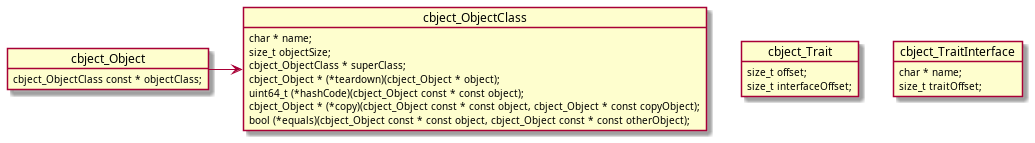
alexmarincu/Cbject keeps this PlantUML diagram as docs/media/diag-building-blocks.png. Above is the earlier version.
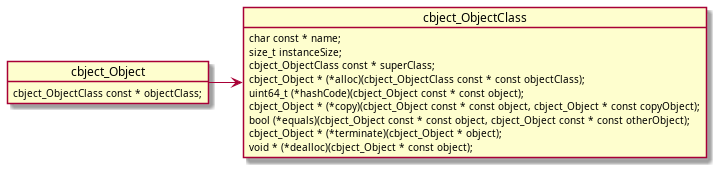
After the commit.

What changed in the source:
```diff
@@ -3,21 +3,15 @@
     cbject_ObjectClass const * objectClass;
 }
 object cbject_ObjectClass {
-    char * name;
-    size_t objectSize;
-    cbject_ObjectClass * superClass;
-    cbject_Object * (*teardown)(cbject_Object * object);
+    char const * name;
+    size_t instanceSize;
+    cbject_ObjectClass const * superClass;
+    cbject_Object * (*alloc)(cbject_ObjectClass const * const objectClass);
     uint64_t (*hashCode)(cbject_Object const * const object);
     cbject_Object * (*copy)(cbject_Object const * const object, cbject_Object * const copyObject);
     bool (*equals)(cbject_Object const * const object, cbject_Object const * const otherObject);
-}
-object cbject_Trait {
-    size_t offset;
-    size_t interfaceOffset;
-}
-object cbject_TraitInterface {
-    char * name;
-    size_t traitOffset;
+    cbject_Object * (*terminate)(cbject_Object * object);
+    void * (*dealloc)(cbject_Object * const object);
 }
 cbject_Object -r-> cbject_ObjectClass
 @enduml
```
